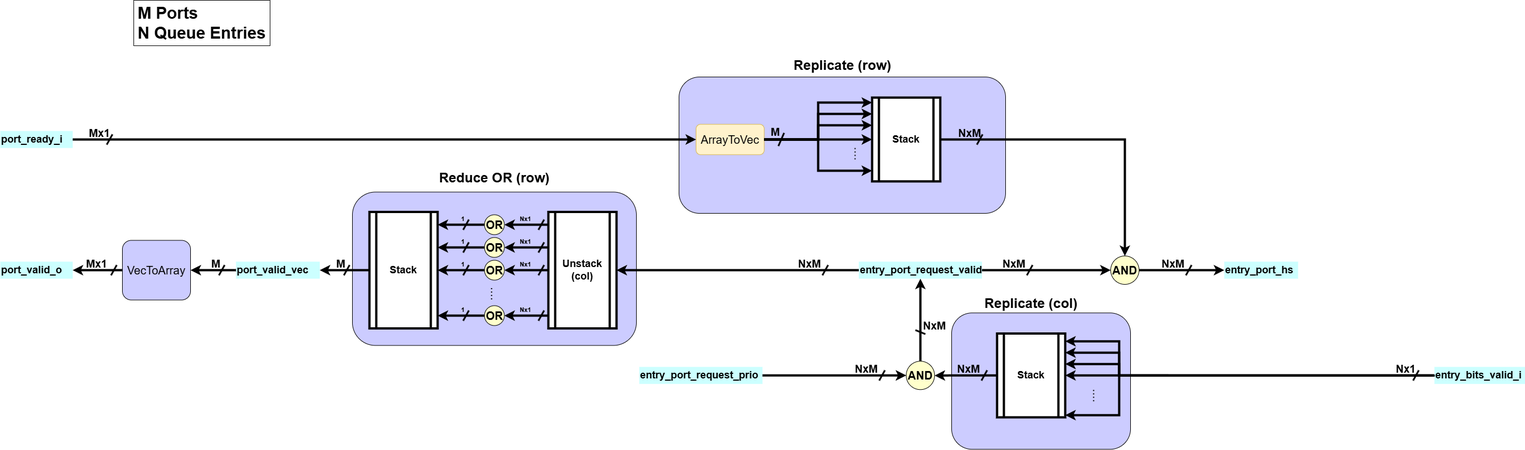
The draw.io diagram docs/LSQ/figs/qtp/QTP_Handshake_Logic_description.png in EPFL-LAP/dynamatic, before a commit. Source tidied: cells renumbered, new cells last; positions are measured from the earlier drawing's top-left corner, leaving out a move shared by most shapes.
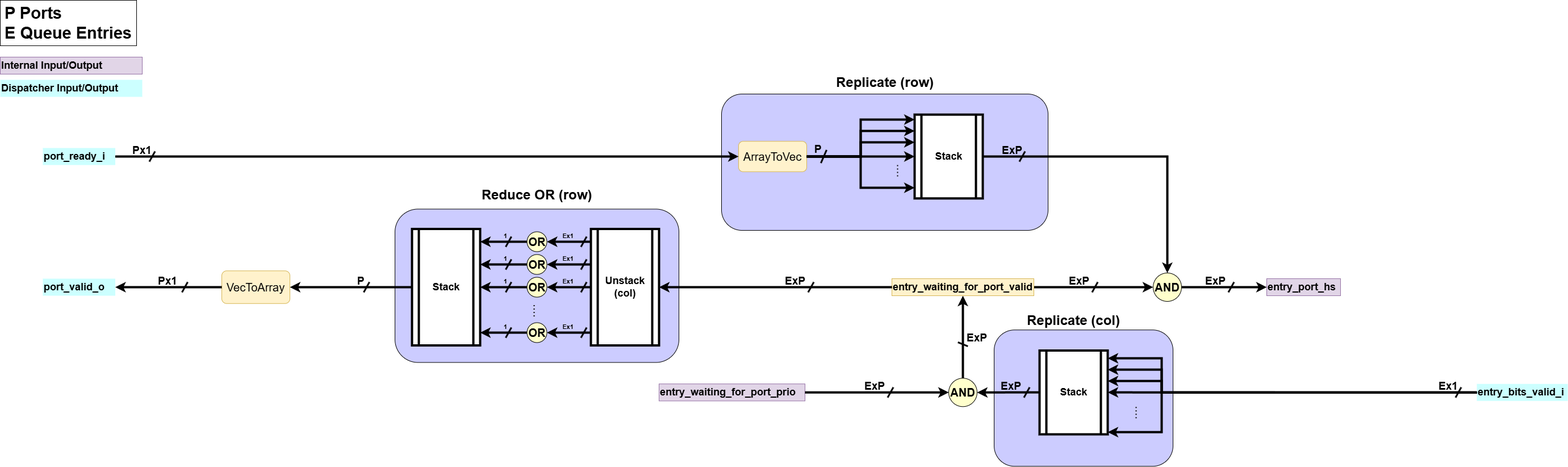
The same file after the commit.

The edit, as a diff of the source:
```diff
@@ -7,4 +7,4 @@
     </mxCell>
-    <mxCell id="3" value="&lt;div style=&quot;text-align: left;&quot;&gt;&lt;div&gt;&lt;b style=&quot;background-color: transparent; color: light-dark(rgb(0, 0, 0), rgb(255, 255, 255));&quot;&gt;&lt;font style=&quot;font-size: 29px;&quot;&gt;M Ports&lt;/font&gt;&lt;/b&gt;&lt;/div&gt;&lt;div&gt;&lt;b style=&quot;background-color: transparent; color: light-dark(rgb(0, 0, 0), rgb(255, 255, 255));&quot;&gt;&lt;font style=&quot;font-size: 29px;&quot;&gt;N Queue Entries&lt;br&gt;&lt;/font&gt;&lt;/b&gt;&lt;/div&gt;&lt;/div&gt;" style="text;html=1;align=center;verticalAlign=middle;whiteSpace=wrap;rounded=0;strokeColor=default;" parent="1" vertex="1">
-      <mxGeometry x="235" width="240" height="80" as="geometry" />
+    <mxCell id="3" value="&lt;div style=&quot;text-align: left;&quot;&gt;&lt;div&gt;&lt;b style=&quot;background-color: transparent; color: light-dark(rgb(0, 0, 0), rgb(255, 255, 255));&quot;&gt;&lt;font style=&quot;font-size: 29px;&quot;&gt;P Ports&lt;/font&gt;&lt;/b&gt;&lt;/div&gt;&lt;div&gt;&lt;b style=&quot;background-color: transparent; color: light-dark(rgb(0, 0, 0), rgb(255, 255, 255));&quot;&gt;&lt;font style=&quot;font-size: 29px;&quot;&gt;E Queue Entries&lt;br&gt;&lt;/font&gt;&lt;/b&gt;&lt;/div&gt;&lt;/div&gt;" style="text;html=1;align=center;verticalAlign=middle;whiteSpace=wrap;rounded=0;strokeColor=default;" parent="1" vertex="1">
+      <mxGeometry x="-75" y="-30" width="240" height="80" as="geometry" />
     </mxCell>
@@ -25,3 +25,3 @@
     </mxCell>
-    <mxCell id="9" value="&lt;span style=&quot;font-size: 19px;&quot;&gt;&lt;b&gt;Mx1&lt;/b&gt;&lt;/span&gt;" style="text;html=1;align=center;verticalAlign=middle;whiteSpace=wrap;rounded=0;" parent="1" vertex="1">
+    <mxCell id="9" value="&lt;span style=&quot;font-size: 19px;&quot;&gt;&lt;b&gt;Px1&lt;/b&gt;&lt;/span&gt;" style="text;html=1;align=center;verticalAlign=middle;whiteSpace=wrap;rounded=0;" parent="1" vertex="1">
       <mxGeometry x="145" y="220" width="60" height="30" as="geometry" />
@@ -37,3 +37,3 @@
     </mxCell>
-    <mxCell id="12" value="&lt;b&gt;&lt;font style=&quot;font-size: 19px;&quot;&gt;M&lt;/font&gt;&lt;/b&gt;" style="text;html=1;align=center;verticalAlign=middle;whiteSpace=wrap;rounded=0;" parent="1" vertex="1">
+    <mxCell id="12" value="&lt;b&gt;&lt;font style=&quot;font-size: 19px;&quot;&gt;P&lt;/font&gt;&lt;/b&gt;" style="text;html=1;align=center;verticalAlign=middle;whiteSpace=wrap;rounded=0;" parent="1" vertex="1">
       <mxGeometry x="1335" y="218.2" width="60" height="30" as="geometry" />
@@ -91,3 +91,3 @@
     </mxCell>
-    <mxCell id="21" value="&lt;span style=&quot;font-size: 19px;&quot;&gt;&lt;b&gt;NxM&lt;/b&gt;&lt;/span&gt;" style="text;html=1;align=center;verticalAlign=middle;whiteSpace=wrap;rounded=0;" parent="1" vertex="1">
+    <mxCell id="21" value="&lt;span style=&quot;font-size: 19px;&quot;&gt;&lt;b&gt;ExP&lt;/b&gt;&lt;/span&gt;" style="text;html=1;align=center;verticalAlign=middle;whiteSpace=wrap;rounded=0;" parent="1" vertex="1">
       <mxGeometry x="1677" y="220" width="60" height="30" as="geometry" />
@@ -103,4 +103,4 @@
     </mxCell>
-    <mxCell id="24" value="entry_port_request_prio" style="text;html=1;align=left;verticalAlign=middle;whiteSpace=wrap;rounded=0;fillColor=#CCFFFF;fontSize=18;fontStyle=1;" parent="1" vertex="1">
-      <mxGeometry x="1125" y="645.2" width="217" height="30" as="geometry" />
+    <mxCell id="24" value="entry_waiting_for_port_prio" style="text;html=1;align=left;verticalAlign=middle;whiteSpace=wrap;rounded=0;fillColor=#e1d5e7;fontSize=18;fontStyle=1;strokeColor=#9673a6;" parent="1" vertex="1">
+      <mxGeometry x="1085" y="645.2" width="257" height="30" as="geometry" />
     </mxCell>
@@ -124,3 +124,3 @@
     </mxCell>
-    <mxCell id="30" value="&lt;span style=&quot;font-size: 19px;&quot;&gt;&lt;b&gt;Nx1&lt;/b&gt;&lt;/span&gt;" style="text;html=1;align=center;verticalAlign=middle;whiteSpace=wrap;rounded=0;" parent="1" vertex="1">
+    <mxCell id="30" value="&lt;span style=&quot;font-size: 19px;&quot;&gt;&lt;b&gt;Ex1&lt;/b&gt;&lt;/span&gt;" style="text;html=1;align=center;verticalAlign=middle;whiteSpace=wrap;rounded=0;" parent="1" vertex="1">
       <mxGeometry x="2445" y="635.2" width="60" height="30" as="geometry" />
@@ -168,3 +168,3 @@
     </mxCell>
-    <mxCell id="37" value="&lt;span style=&quot;font-size: 19px;&quot;&gt;&lt;b&gt;NxM&lt;/b&gt;&lt;/span&gt;" style="text;html=1;align=center;verticalAlign=middle;whiteSpace=wrap;rounded=0;" parent="1" vertex="1">
+    <mxCell id="37" value="&lt;span style=&quot;font-size: 19px;&quot;&gt;&lt;b&gt;ExP&lt;/b&gt;&lt;/span&gt;" style="text;html=1;align=center;verticalAlign=middle;whiteSpace=wrap;rounded=0;" parent="1" vertex="1">
       <mxGeometry x="1675" y="635.2" width="60" height="30" as="geometry" />
@@ -180,3 +180,3 @@
     </mxCell>
-    <mxCell id="40" value="&lt;font style=&quot;font-size: 20px;&quot;&gt;&lt;b&gt;AND&lt;/b&gt;&lt;/font&gt;" style="ellipse;whiteSpace=wrap;html=1;fillColor=#FFFFCC;" parent="1" vertex="1">
+    <mxCell id="40" value="&lt;b style=&quot;font-size: 20px;&quot;&gt;AND&lt;/b&gt;" style="ellipse;whiteSpace=wrap;html=1;fillColor=#FFFFCC;" parent="1" vertex="1">
       <mxGeometry x="1595" y="635.2" width="50" height="50" as="geometry" />
@@ -186,4 +186,4 @@
     </mxCell>
-    <mxCell id="42" value="&lt;span style=&quot;font-size: 19px;&quot;&gt;&lt;b&gt;NxM&lt;/b&gt;&lt;/span&gt;" style="text;html=1;align=center;verticalAlign=middle;whiteSpace=wrap;rounded=0;" parent="1" vertex="1">
-      <mxGeometry x="1495" y="635.2" width="60" height="30" as="geometry" />
+    <mxCell id="42" value="&lt;span style=&quot;font-size: 19px;&quot;&gt;&lt;b&gt;ExP&lt;/b&gt;&lt;/span&gt;" style="text;html=1;align=center;verticalAlign=middle;whiteSpace=wrap;rounded=0;" parent="1" vertex="1">
+      <mxGeometry x="1435" y="635.2" width="60" height="30" as="geometry" />
     </mxCell>
@@ -191,4 +191,4 @@
       <mxGeometry relative="1" as="geometry">
-        <mxPoint x="1547.5" y="669.2" as="sourcePoint" />
-        <mxPoint x="1557.5" y="651.2" as="targetPoint" />
+        <mxPoint x="1487.5" y="669.2" as="sourcePoint" />
+        <mxPoint x="1497.5" y="651.2" as="targetPoint" />
       </mxGeometry>
@@ -198,7 +198,7 @@
     </mxCell>
-    <mxCell id="45" value="entry_port_request_valid" style="text;html=1;align=left;verticalAlign=middle;whiteSpace=wrap;rounded=0;fillColor=#CCFFFF;fontSize=18;fontStyle=1;" parent="1" vertex="1">
-      <mxGeometry x="1511.5" y="460" width="217" height="30" as="geometry" />
+    <mxCell id="45" value="entry_waiting_for_port_valid" style="text;html=1;align=left;verticalAlign=middle;whiteSpace=wrap;rounded=0;fillColor=#fff2cc;fontSize=18;fontStyle=1;strokeColor=#d6b656;" parent="1" vertex="1">
+      <mxGeometry x="1495" y="460" width="250" height="30" as="geometry" />
     </mxCell>
-    <mxCell id="46" value="&lt;span style=&quot;font-size: 19px;&quot;&gt;&lt;b&gt;NxM&lt;/b&gt;&lt;/span&gt;" style="text;html=1;align=center;verticalAlign=middle;whiteSpace=wrap;rounded=0;" parent="1" vertex="1">
-      <mxGeometry x="1615" y="558.5" width="60" height="30" as="geometry" />
+    <mxCell id="46" value="&lt;span style=&quot;font-size: 19px;&quot;&gt;&lt;b&gt;ExP&lt;/b&gt;&lt;/span&gt;" style="text;html=1;align=center;verticalAlign=middle;whiteSpace=wrap;rounded=0;" parent="1" vertex="1">
+      <mxGeometry x="1615" y="550" width="60" height="30" as="geometry" />
     </mxCell>
@@ -206,4 +206,4 @@
       <mxGeometry relative="1" as="geometry">
-        <mxPoint x="1611.2" y="580.5" as="sourcePoint" />
-        <mxPoint x="1628.8" y="587.5" as="targetPoint" />
+        <mxPoint x="1611.2" y="572" as="sourcePoint" />
+        <mxPoint x="1628.8" y="579" as="targetPoint" />
       </mxGeometry>
@@ -216,3 +216,3 @@
     </mxCell>
-    <mxCell id="50" value="entry_port_hs" style="text;html=1;align=left;verticalAlign=middle;whiteSpace=wrap;rounded=0;fillColor=#CCFFFF;fontSize=18;fontStyle=1;" parent="1" vertex="1">
+    <mxCell id="50" value="entry_port_hs" style="text;html=1;align=left;verticalAlign=middle;whiteSpace=wrap;rounded=0;fillColor=#e1d5e7;fontSize=18;fontStyle=1;strokeColor=#9673a6;" parent="1" vertex="1">
       <mxGeometry x="2155" y="460" width="130" height="30" as="geometry" />
@@ -225,4 +225,4 @@
     </mxCell>
-    <mxCell id="53" value="&lt;span style=&quot;font-size: 19px;&quot;&gt;&lt;b&gt;NxM&lt;/b&gt;&lt;/span&gt;" style="text;html=1;align=center;verticalAlign=middle;whiteSpace=wrap;rounded=0;" parent="1" vertex="1">
-      <mxGeometry x="1755" y="450" width="60" height="30" as="geometry" />
+    <mxCell id="53" value="&lt;span style=&quot;font-size: 19px;&quot;&gt;&lt;b&gt;ExP&lt;/b&gt;&lt;/span&gt;" style="text;html=1;align=center;verticalAlign=middle;whiteSpace=wrap;rounded=0;" parent="1" vertex="1">
+      <mxGeometry x="1795" y="450" width="60" height="30" as="geometry" />
     </mxCell>
@@ -230,7 +230,7 @@
       <mxGeometry relative="1" as="geometry">
-        <mxPoint x="1807.5" y="484" as="sourcePoint" />
-        <mxPoint x="1817.5" y="466" as="targetPoint" />
+        <mxPoint x="1847.5" y="484" as="sourcePoint" />
+        <mxPoint x="1857.5" y="466" as="targetPoint" />
       </mxGeometry>
     </mxCell>
-    <mxCell id="55" value="&lt;span style=&quot;font-size: 19px;&quot;&gt;&lt;b&gt;NxM&lt;/b&gt;&lt;/span&gt;" style="text;html=1;align=center;verticalAlign=middle;whiteSpace=wrap;rounded=0;" parent="1" vertex="1">
+    <mxCell id="55" value="&lt;span style=&quot;font-size: 19px;&quot;&gt;&lt;b&gt;ExP&lt;/b&gt;&lt;/span&gt;" style="text;html=1;align=center;verticalAlign=middle;whiteSpace=wrap;rounded=0;" parent="1" vertex="1">
       <mxGeometry x="2035" y="450" width="60" height="30" as="geometry" />
@@ -246,4 +246,4 @@
     </mxCell>
-    <mxCell id="58" value="&lt;span style=&quot;font-size: 19px;&quot;&gt;&lt;b&gt;NxM&lt;/b&gt;&lt;/span&gt;" style="text;html=1;align=center;verticalAlign=middle;whiteSpace=wrap;rounded=0;" parent="1" vertex="1">
-      <mxGeometry x="1395" y="450" width="60" height="30" as="geometry" />
+    <mxCell id="58" value="&lt;span style=&quot;font-size: 19px;&quot;&gt;&lt;b&gt;ExP&lt;/b&gt;&lt;/span&gt;" style="text;html=1;align=center;verticalAlign=middle;whiteSpace=wrap;rounded=0;" parent="1" vertex="1">
+      <mxGeometry x="1295" y="450" width="60" height="30" as="geometry" />
     </mxCell>
@@ -251,4 +251,4 @@
       <mxGeometry relative="1" as="geometry">
-        <mxPoint x="1447.5" y="484" as="sourcePoint" />
-        <mxPoint x="1457.5" y="466" as="targetPoint" />
+        <mxPoint x="1347.5" y="484" as="sourcePoint" />
+        <mxPoint x="1357.5" y="466" as="targetPoint" />
       </mxGeometry>
@@ -262,3 +262,3 @@
     </mxCell>
-    <mxCell id="61" value="&lt;span&gt;&lt;b&gt;Nx1&lt;/b&gt;&lt;/span&gt;" style="text;html=1;align=center;verticalAlign=middle;whiteSpace=wrap;rounded=0;fontSize=11;" parent="1" vertex="1">
+    <mxCell id="61" value="&lt;span&gt;&lt;b&gt;Ex1&lt;/b&gt;&lt;/span&gt;" style="text;html=1;align=center;verticalAlign=middle;whiteSpace=wrap;rounded=0;fontSize=11;" parent="1" vertex="1">
       <mxGeometry x="895" y="450" width="60" height="30" as="geometry" />
@@ -297,3 +297,3 @@
     </mxCell>
-    <mxCell id="69" value="&lt;span&gt;&lt;b&gt;Nx1&lt;/b&gt;&lt;/span&gt;" style="text;html=1;align=center;verticalAlign=middle;whiteSpace=wrap;rounded=0;fontSize=11;" parent="1" vertex="1">
+    <mxCell id="69" value="&lt;span&gt;&lt;b&gt;Ex1&lt;/b&gt;&lt;/span&gt;" style="text;html=1;align=center;verticalAlign=middle;whiteSpace=wrap;rounded=0;fontSize=11;" parent="1" vertex="1">
       <mxGeometry x="895" y="410" width="60" height="30" as="geometry" />
@@ -331,3 +331,3 @@
     </mxCell>
-    <mxCell id="76" value="&lt;span&gt;&lt;b&gt;Nx1&lt;/b&gt;&lt;/span&gt;" style="text;html=1;align=center;verticalAlign=middle;whiteSpace=wrap;rounded=0;fontSize=11;" parent="1" vertex="1">
+    <mxCell id="76" value="&lt;span&gt;&lt;b&gt;Ex1&lt;/b&gt;&lt;/span&gt;" style="text;html=1;align=center;verticalAlign=middle;whiteSpace=wrap;rounded=0;fontSize=11;" parent="1" vertex="1">
       <mxGeometry x="895" y="370" width="60" height="30" as="geometry" />
@@ -371,3 +371,3 @@
     </mxCell>
-    <mxCell id="84" value="&lt;span&gt;&lt;b&gt;Nx1&lt;/b&gt;&lt;/span&gt;" style="text;html=1;align=center;verticalAlign=middle;whiteSpace=wrap;rounded=0;fontSize=11;" parent="1" vertex="1">
+    <mxCell id="84" value="&lt;span&gt;&lt;b&gt;Ex1&lt;/b&gt;&lt;/span&gt;" style="text;html=1;align=center;verticalAlign=middle;whiteSpace=wrap;rounded=0;fontSize=11;" parent="1" vertex="1">
       <mxGeometry x="895" y="530" width="60" height="30" as="geometry" />
@@ -397,16 +397,4 @@
     </mxCell>
-    <mxCell id="90" style="endArrow=none;html=1;rounded=0;strokeWidth=3;" parent="1" edge="1">
-      <mxGeometry relative="1" as="geometry">
-        <mxPoint x="605" y="484" as="sourcePoint" />
-        <mxPoint x="615" y="466" as="targetPoint" />
-      </mxGeometry>
-    </mxCell>
-    <mxCell id="91" style="edgeStyle=orthogonalEdgeStyle;rounded=0;jettySize=auto;html=1;strokeWidth=4;" parent="1" edge="1" source="63" target="92">
-      <mxGeometry relative="1" as="geometry" />
-    </mxCell>
-    <mxCell id="92" value="port_valid_vec" style="text;html=1;align=left;verticalAlign=middle;whiteSpace=wrap;rounded=0;fillColor=#CCFFFF;fontSize=18;fontStyle=1;" parent="1" vertex="1">
-      <mxGeometry x="415" y="460" width="147.5" height="30" as="geometry" />
-    </mxCell>
-    <mxCell id="93" value="VecToArray" style="rounded=1;whiteSpace=wrap;html=1;fillColor=#CCCCFF;fontSize=20;" parent="1" vertex="1">
-      <mxGeometry x="215" y="422.5" width="120" height="105" as="geometry" />
+    <mxCell id="93" value="VecToArray" style="rounded=1;whiteSpace=wrap;html=1;fillColor=#fff2cc;fontSize=20;strokeColor=#d6b656;" parent="1" vertex="1">
+      <mxGeometry x="315" y="446.2" width="120" height="57.5" as="geometry" />
     </mxCell>
@@ -417,19 +405,16 @@
       <mxGeometry relative="1" as="geometry">
-        <mxPoint x="385" y="484" as="sourcePoint" />
-        <mxPoint x="395" y="466" as="targetPoint" />
+        <mxPoint x="565" y="484" as="sourcePoint" />
+        <mxPoint x="575" y="466" as="targetPoint" />
       </mxGeometry>
     </mxCell>
-    <mxCell id="96" style="edgeStyle=orthogonalEdgeStyle;rounded=0;jettySize=auto;html=1;strokeWidth=4;" parent="1" edge="1" source="92" target="93">
+    <mxCell id="96" style="edgeStyle=orthogonalEdgeStyle;rounded=0;jettySize=auto;html=1;strokeWidth=4;" parent="1" edge="1" source="63" target="93">
       <mxGeometry relative="1" as="geometry" />
     </mxCell>
-    <mxCell id="97" value="&lt;span&gt;&lt;b&gt;&lt;font style=&quot;font-size: 19px;&quot;&gt;M&lt;/font&gt;&lt;/b&gt;&lt;/span&gt;" style="text;html=1;align=center;verticalAlign=middle;whiteSpace=wrap;rounded=0;fontSize=12;" parent="1" vertex="1">
-      <mxGeometry x="355" y="450" width="50" height="30" as="geometry" />
+    <mxCell id="97" value="&lt;span&gt;&lt;b&gt;&lt;font style=&quot;font-size: 19px;&quot;&gt;P&lt;/font&gt;&lt;/b&gt;&lt;/span&gt;" style="text;html=1;align=center;verticalAlign=middle;whiteSpace=wrap;rounded=0;fontSize=12;" parent="1" vertex="1">
+      <mxGeometry x="535" y="450" width="50" height="30" as="geometry" />
     </mxCell>
-    <mxCell id="98" value="&lt;span&gt;&lt;b&gt;&lt;font style=&quot;font-size: 19px;&quot;&gt;M&lt;/font&gt;&lt;/b&gt;&lt;/span&gt;" style="text;html=1;align=center;verticalAlign=middle;whiteSpace=wrap;rounded=0;fontSize=12;" parent="1" vertex="1">
-      <mxGeometry x="575" y="450" width="50" height="30" as="geometry" />
-    </mxCell>
     <mxCell id="99" style="endArrow=none;html=1;rounded=0;strokeWidth=3;" parent="1" edge="1">
       <mxGeometry relative="1" as="geometry">
-        <mxPoint x="195" y="484" as="sourcePoint" />
-        <mxPoint x="205" y="466" as="targetPoint" />
+        <mxPoint x="245" y="484" as="sourcePoint" />
+        <mxPoint x="255" y="466" as="targetPoint" />
       </mxGeometry>
@@ -439,5 +424,11 @@
     </mxCell>
-    <mxCell id="101" value="&lt;span&gt;&lt;b&gt;&lt;font style=&quot;font-size: 19px;&quot;&gt;Mx1&lt;/font&gt;&lt;/b&gt;&lt;/span&gt;" style="text;html=1;align=center;verticalAlign=middle;whiteSpace=wrap;rounded=0;fontSize=12;" parent="1" vertex="1">
-      <mxGeometry x="145" y="450" width="50" height="30" as="geometry" />
+    <mxCell id="101" value="&lt;span&gt;&lt;b&gt;&lt;font style=&quot;font-size: 19px;&quot;&gt;Px1&lt;/font&gt;&lt;/b&gt;&lt;/span&gt;" style="text;html=1;align=center;verticalAlign=middle;whiteSpace=wrap;rounded=0;fontSize=12;" parent="1" vertex="1">
+      <mxGeometry x="195" y="450" width="50" height="30" as="geometry" />
     </mxCell>
+    <mxCell id="102" value="Internal Input/Output" style="text;html=1;align=left;verticalAlign=middle;whiteSpace=wrap;rounded=0;fillColor=#e1d5e7;fontSize=18;fontStyle=1;strokeColor=#9673a6;" parent="1" vertex="1">
+      <mxGeometry x="-75" y="70" width="250" height="30" as="geometry" />
+    </mxCell>
+    <mxCell id="103" value="Dispatcher Input/Output" style="text;html=1;align=left;verticalAlign=middle;whiteSpace=wrap;rounded=0;fillColor=#CCFFFF;fontSize=18;fontStyle=1;" parent="1" vertex="1">
+      <mxGeometry x="-75" y="110" width="250" height="30" as="geometry" />
+    </mxCell>
   </root>
```
